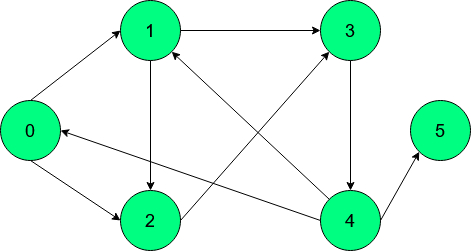
Earlier version of the draw.io export src/com/abraheem/images/dfs_example_2.png (abraheemi/java-coding-challenges). Source tidied: cells renumbered, new cells last; positions are measured from the earlier drawing's top-left corner, leaving out a move shared by most shapes. Its diagram source:
```xml
<mxGraphModel background="#ffffff">
  <root>
    <mxCell id="0" />
    <mxCell id="1" parent="0" />
    <mxCell id="2" value="&lt;font style=&quot;font-size: 18px&quot;&gt;0&lt;/font&gt;" style="ellipse;whiteSpace=wrap;html=1;fillColor=#00FF80;" parent="1" vertex="1">
      <mxGeometry y="100" width="60" height="60" as="geometry" />
    </mxCell>
    <mxCell id="3" value="&lt;font style=&quot;font-size: 18px&quot;&gt;2&lt;/font&gt;" style="ellipse;whiteSpace=wrap;html=1;fillColor=#00FF80;" parent="1" vertex="1">
      <mxGeometry x="120" y="190" width="60" height="60" as="geometry" />
    </mxCell>
    <mxCell id="4" value="&lt;font style=&quot;font-size: 18px&quot;&gt;1&lt;/font&gt;" style="ellipse;whiteSpace=wrap;html=1;fillColor=#00FF80;" parent="1" vertex="1">
      <mxGeometry x="120" width="60" height="60" as="geometry" />
    </mxCell>
    <mxCell id="5" value="&lt;font style=&quot;font-size: 18px&quot;&gt;3&lt;/font&gt;" style="ellipse;whiteSpace=wrap;html=1;fillColor=#00FF80;" parent="1" vertex="1">
      <mxGeometry x="320" width="60" height="60" as="geometry" />
    </mxCell>
    <mxCell id="6" style="endArrow=classic;html=1;exitX=0.5;exitY=0;exitDx=0;exitDy=0;entryX=0;entryY=0.5;entryDx=0;entryDy=0;" parent="1" edge="1" source="2" target="4">
      <mxGeometry relative="1" as="geometry" />
    </mxCell>
    <mxCell id="7" style="endArrow=classic;html=1;exitX=1;exitY=0.5;exitDx=0;exitDy=0;entryX=0;entryY=0.5;entryDx=0;entryDy=0;" parent="1" edge="1" source="4" target="5">
      <mxGeometry relative="1" as="geometry" />
    </mxCell>
    <mxCell id="8" style="endArrow=classic;html=1;entryX=0;entryY=0.5;entryDx=0;entryDy=0;" parent="1" edge="1" target="3">
      <mxGeometry relative="1" as="geometry">
        <mxPoint x="30" y="160" as="sourcePoint" />
      </mxGeometry>
    </mxCell>
    <mxCell id="9" style="endArrow=classic;html=1;exitX=0.5;exitY=1;exitDx=0;exitDy=0;entryX=0.5;entryY=0;entryDx=0;entryDy=0;" parent="1" edge="1" source="4" target="3">
      <mxGeometry relative="1" as="geometry" />
    </mxCell>
    <mxCell id="10" style="endArrow=classic;html=1;exitX=1;exitY=0.5;exitDx=0;exitDy=0;entryX=0;entryY=1;entryDx=0;entryDy=0;" parent="1" edge="1" source="3" target="5">
      <mxGeometry relative="1" as="geometry" />
    </mxCell>
    <mxCell id="11" value="&lt;font style=&quot;font-size: 18px&quot;&gt;4&lt;/font&gt;" style="ellipse;whiteSpace=wrap;html=1;fillColor=#00FF80;" parent="1" vertex="1">
      <mxGeometry x="320" y="190" width="60" height="60" as="geometry" />
    </mxCell>
    <mxCell id="12" value="&lt;font style=&quot;font-size: 18px&quot;&gt;5&lt;/font&gt;" style="ellipse;whiteSpace=wrap;html=1;fillColor=#00FF80;" parent="1" vertex="1">
      <mxGeometry x="410" y="100" width="60" height="60" as="geometry" />
    </mxCell>
    <mxCell id="13" style="endArrow=classic;html=1;exitX=0;exitY=0;exitDx=0;exitDy=0;entryX=1;entryY=1;entryDx=0;entryDy=0;" parent="1" edge="1" source="11" target="4">
      <mxGeometry relative="1" as="geometry" />
    </mxCell>
    <mxCell id="14" style="endArrow=classic;html=1;exitX=0;exitY=0.5;exitDx=0;exitDy=0;entryX=1;entryY=0.5;entryDx=0;entryDy=0;" parent="1" edge="1" source="11" target="2">
      <mxGeometry relative="1" as="geometry" />
    </mxCell>
    <mxCell id="15" style="endArrow=classic;html=1;entryX=0;entryY=1;entryDx=0;entryDy=0;" parent="1" edge="1" target="12">
      <mxGeometry relative="1" as="geometry">
        <mxPoint x="380" y="220" as="sourcePoint" />
      </mxGeometry>
    </mxCell>
    <mxCell id="16" style="endArrow=classic;html=1;exitX=0.5;exitY=1;exitDx=0;exitDy=0;entryX=0.5;entryY=0;entryDx=0;entryDy=0;" parent="1" edge="1" source="5" target="11">
      <mxGeometry relative="1" as="geometry" />
    </mxCell>
  </root>
</mxGraphModel>
```
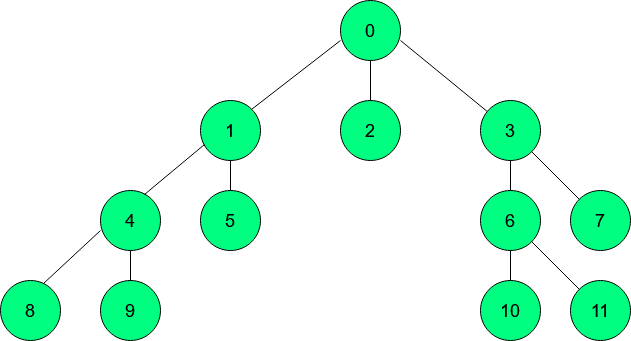
Later version of the same file.

The edit, as a diff of the source:
```diff
@@ -3,53 +3,89 @@
     <mxCell id="0" />
     <mxCell id="1" parent="0" />
     <mxCell id="2" value="&lt;font style=&quot;font-size: 18px&quot;&gt;0&lt;/font&gt;" style="ellipse;whiteSpace=wrap;html=1;fillColor=#00FF80;" parent="1" vertex="1">
-      <mxGeometry y="100" width="60" height="60" as="geometry" />
+      <mxGeometry x="220" y="-40" width="60" height="60" as="geometry" />
     </mxCell>
     <mxCell id="3" value="&lt;font style=&quot;font-size: 18px&quot;&gt;2&lt;/font&gt;" style="ellipse;whiteSpace=wrap;html=1;fillColor=#00FF80;" parent="1" vertex="1">
-      <mxGeometry x="120" y="190" width="60" height="60" as="geometry" />
+      <mxGeometry x="220" y="60" width="60" height="60" as="geometry" />
     </mxCell>
     <mxCell id="4" value="&lt;font style=&quot;font-size: 18px&quot;&gt;1&lt;/font&gt;" style="ellipse;whiteSpace=wrap;html=1;fillColor=#00FF80;" parent="1" vertex="1">
-      <mxGeometry x="120" width="60" height="60" as="geometry" />
+      <mxGeometry x="80" y="60" width="60" height="60" as="geometry" />
     </mxCell>
     <mxCell id="5" value="&lt;font style=&quot;font-size: 18px&quot;&gt;3&lt;/font&gt;" style="ellipse;whiteSpace=wrap;html=1;fillColor=#00FF80;" parent="1" vertex="1">
-      <mxGeometry x="320" width="60" height="60" as="geometry" />
+      <mxGeometry x="360" y="60" width="60" height="60" as="geometry" />
     </mxCell>
-    <mxCell id="6" style="endArrow=classic;html=1;exitX=0.5;exitY=0;exitDx=0;exitDy=0;entryX=0;entryY=0.5;entryDx=0;entryDy=0;" parent="1" edge="1" source="2" target="4">
-      <mxGeometry relative="1" as="geometry" />
-    </mxCell>
-    <mxCell id="7" style="endArrow=classic;html=1;exitX=1;exitY=0.5;exitDx=0;exitDy=0;entryX=0;entryY=0.5;entryDx=0;entryDy=0;" parent="1" edge="1" source="4" target="5">
-      <mxGeometry relative="1" as="geometry" />
-    </mxCell>
-    <mxCell id="8" style="endArrow=classic;html=1;entryX=0;entryY=0.5;entryDx=0;entryDy=0;" parent="1" edge="1" target="3">
-      <mxGeometry relative="1" as="geometry">
-        <mxPoint x="30" y="160" as="sourcePoint" />
-      </mxGeometry>
-    </mxCell>
-    <mxCell id="9" style="endArrow=classic;html=1;exitX=0.5;exitY=1;exitDx=0;exitDy=0;entryX=0.5;entryY=0;entryDx=0;entryDy=0;" parent="1" edge="1" source="4" target="3">
-      <mxGeometry relative="1" as="geometry" />
-    </mxCell>
-    <mxCell id="10" style="endArrow=classic;html=1;exitX=1;exitY=0.5;exitDx=0;exitDy=0;entryX=0;entryY=1;entryDx=0;entryDy=0;" parent="1" edge="1" source="3" target="5">
-      <mxGeometry relative="1" as="geometry" />
-    </mxCell>
     <mxCell id="11" value="&lt;font style=&quot;font-size: 18px&quot;&gt;4&lt;/font&gt;" style="ellipse;whiteSpace=wrap;html=1;fillColor=#00FF80;" parent="1" vertex="1">
-      <mxGeometry x="320" y="190" width="60" height="60" as="geometry" />
+      <mxGeometry x="-20" y="150" width="60" height="60" as="geometry" />
     </mxCell>
     <mxCell id="12" value="&lt;font style=&quot;font-size: 18px&quot;&gt;5&lt;/font&gt;" style="ellipse;whiteSpace=wrap;html=1;fillColor=#00FF80;" parent="1" vertex="1">
-      <mxGeometry x="410" y="100" width="60" height="60" as="geometry" />
+      <mxGeometry x="80" y="150" width="60" height="60" as="geometry" />
     </mxCell>
+    <mxCell id="17" value="&lt;font style=&quot;font-size: 18px&quot;&gt;6&lt;/font&gt;" style="ellipse;whiteSpace=wrap;html=1;fillColor=#00FF80;" parent="1" vertex="1">
+      <mxGeometry x="360" y="150" width="60" height="60" as="geometry" />
+    </mxCell>
+    <mxCell id="18" value="&lt;font style=&quot;font-size: 18px&quot;&gt;7&lt;/font&gt;" style="ellipse;whiteSpace=wrap;html=1;fillColor=#00FF80;" parent="1" vertex="1">
+      <mxGeometry x="450" y="150" width="60" height="60" as="geometry" />
+    </mxCell>
+    <mxCell id="19" value="&lt;font style=&quot;font-size: 18px&quot;&gt;8&lt;/font&gt;" style="ellipse;whiteSpace=wrap;html=1;fillColor=#00FF80;" parent="1" vertex="1">
+      <mxGeometry x="-120" y="240" width="60" height="60" as="geometry" />
+    </mxCell>
+    <mxCell id="20" value="&lt;font style=&quot;font-size: 18px&quot;&gt;9&lt;/font&gt;" style="ellipse;whiteSpace=wrap;html=1;fillColor=#00FF80;" parent="1" vertex="1">
+      <mxGeometry x="-20" y="240" width="60" height="60" as="geometry" />
+    </mxCell>
+    <mxCell id="21" value="&lt;font style=&quot;font-size: 18px&quot;&gt;10&lt;/font&gt;" style="ellipse;whiteSpace=wrap;html=1;fillColor=#00FF80;" parent="1" vertex="1">
+      <mxGeometry x="360" y="240" width="60" height="60" as="geometry" />
+    </mxCell>
+    <mxCell id="22" value="&lt;font style=&quot;font-size: 18px&quot;&gt;11&lt;/font&gt;" style="ellipse;whiteSpace=wrap;html=1;fillColor=#00FF80;" parent="1" vertex="1">
+      <mxGeometry x="450" y="240" width="60" height="60" as="geometry" />
+    </mxCell>
+    <mxCell id="23" style="endArrow=none;html=1;exitX=0.5;exitY=0;exitDx=0;exitDy=0;" parent="1" edge="1" source="3">
+      <mxGeometry relative="1" as="geometry">
+        <mxPoint x="250" y="20" as="targetPoint" />
+      </mxGeometry>
+    </mxCell>
+    <mxCell id="24" style="endArrow=none;html=1;exitX=1;exitY=0;exitDx=0;exitDy=0;" parent="1" edge="1" source="4">
+      <mxGeometry relative="1" as="geometry">
+        <mxPoint x="220" as="targetPoint" />
+      </mxGeometry>
+    </mxCell>
+    <mxCell id="25" style="endArrow=none;html=1;" parent="1" edge="1" target="5">
+      <mxGeometry relative="1" as="geometry">
+        <mxPoint x="280" as="sourcePoint" />
+      </mxGeometry>
+    </mxCell>
-    <mxCell id="13" style="endArrow=classic;html=1;exitX=0;exitY=0;exitDx=0;exitDy=0;entryX=1;entryY=1;entryDx=0;entryDy=0;" parent="1" edge="1" source="11" target="4">
+    <mxCell id="13" style="endArrow=none;html=1;exitX=0.733;exitY=0.067;exitDx=0;exitDy=0;exitPerimeter=0;entryX=0.067;entryY=0.733;entryDx=0;entryDy=0;entryPerimeter=0;" parent="1" edge="1" source="11" target="4">
       <mxGeometry relative="1" as="geometry" />
     </mxCell>
-    <mxCell id="14" style="endArrow=classic;html=1;exitX=0;exitY=0.5;exitDx=0;exitDy=0;entryX=1;entryY=0.5;entryDx=0;entryDy=0;" parent="1" edge="1" source="11" target="2">
-      <mxGeometry relative="1" as="geometry" />
-    </mxCell>
-    <mxCell id="15" style="endArrow=classic;html=1;entryX=0;entryY=1;entryDx=0;entryDy=0;" parent="1" edge="1" target="12">
-      <mxGeometry relative="1" as="geometry">
-        <mxPoint x="380" y="220" as="sourcePoint" />
-      </mxGeometry>
-    </mxCell>
-    <mxCell id="16" style="endArrow=classic;html=1;exitX=0.5;exitY=1;exitDx=0;exitDy=0;entryX=0.5;entryY=0;entryDx=0;entryDy=0;" parent="1" edge="1" source="5" target="11">
-      <mxGeometry relative="1" as="geometry" />
-    </mxCell>
+    <mxCell id="26" style="endArrow=none;html=1;exitX=0.5;exitY=0;exitDx=0;exitDy=0;" parent="1" edge="1" source="17">
+      <mxGeometry relative="1" as="geometry">
+        <mxPoint x="390" y="120" as="targetPoint" />
+      </mxGeometry>
+    </mxCell>
+    <mxCell id="27" style="endArrow=none;html=1;exitX=0.5;exitY=0;exitDx=0;exitDy=0;" parent="1" edge="1" source="12">
+      <mxGeometry relative="1" as="geometry">
+        <mxPoint x="110" y="120" as="targetPoint" />
+      </mxGeometry>
+    </mxCell>
+    <mxCell id="28" style="endArrow=none;html=1;exitX=1;exitY=1;exitDx=0;exitDy=0;" parent="1" edge="1" source="5" target="18">
+      <mxGeometry relative="1" as="geometry" />
+    </mxCell>
+    <mxCell id="29" style="endArrow=none;html=1;exitX=0.5;exitY=0;exitDx=0;exitDy=0;" parent="1" edge="1" source="21">
+      <mxGeometry relative="1" as="geometry">
+        <mxPoint x="390" y="210" as="targetPoint" />
+      </mxGeometry>
+    </mxCell>
+    <mxCell id="30" style="endArrow=none;html=1;exitX=0.5;exitY=0;exitDx=0;exitDy=0;" parent="1" edge="1" source="20">
+      <mxGeometry relative="1" as="geometry">
+        <mxPoint x="10" y="210" as="targetPoint" />
+      </mxGeometry>
+    </mxCell>
+    <mxCell id="31" style="endArrow=none;html=1;exitX=0.717;exitY=0.05;exitDx=0;exitDy=0;exitPerimeter=0;" parent="1" edge="1" source="19">
+      <mxGeometry relative="1" as="geometry">
+        <mxPoint x="-20" y="190" as="targetPoint" />
+      </mxGeometry>
+    </mxCell>
+    <mxCell id="32" style="endArrow=none;html=1;entryX=1;entryY=1;entryDx=0;entryDy=0;" parent="1" edge="1" source="22" target="17">
+      <mxGeometry relative="1" as="geometry" />
+    </mxCell>
   </root>
 </mxGraphModel>
```
